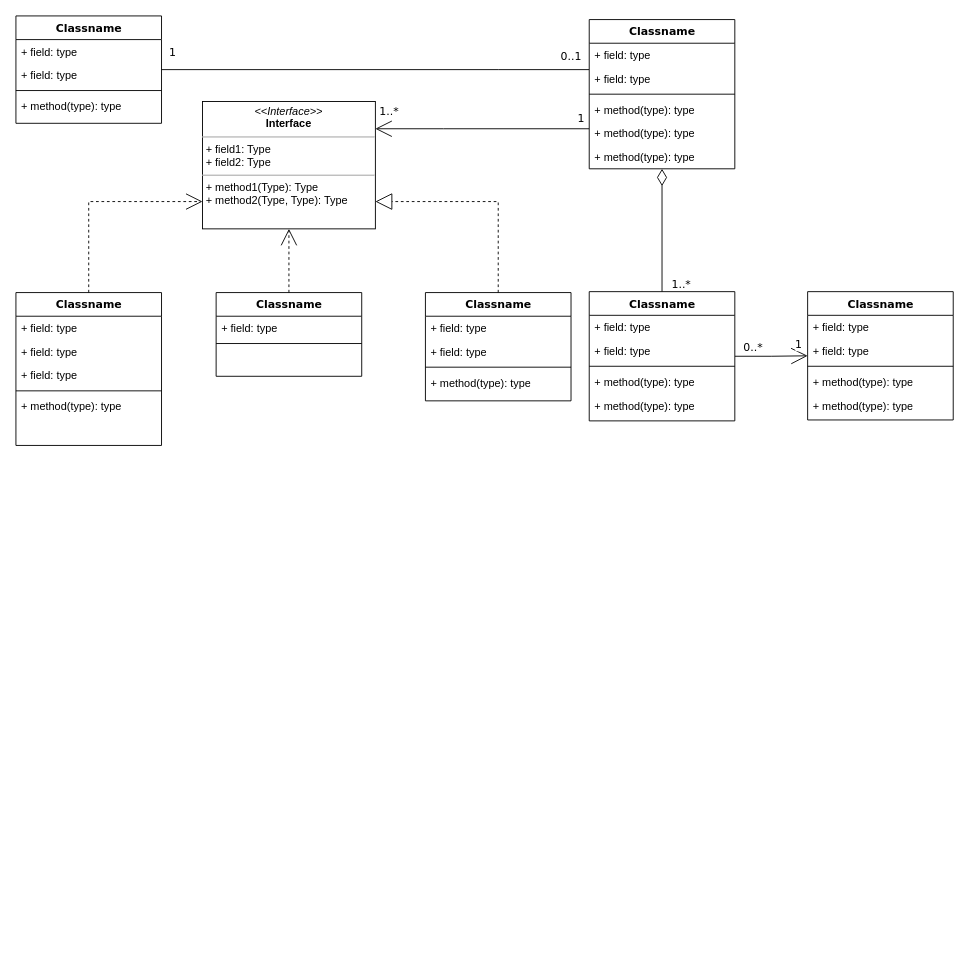
Before: freerdp.drawio in ddm1233/test, a draw.io diagram. Source tidied: cells renumbered, new cells numbered last; positions are measured from the earlier drawing's top-left corner, leaving out a move shared by most shapes. Both pictures are drawn from the tidied source at 91%, with x=0, y=0 at pixel (15, 15).
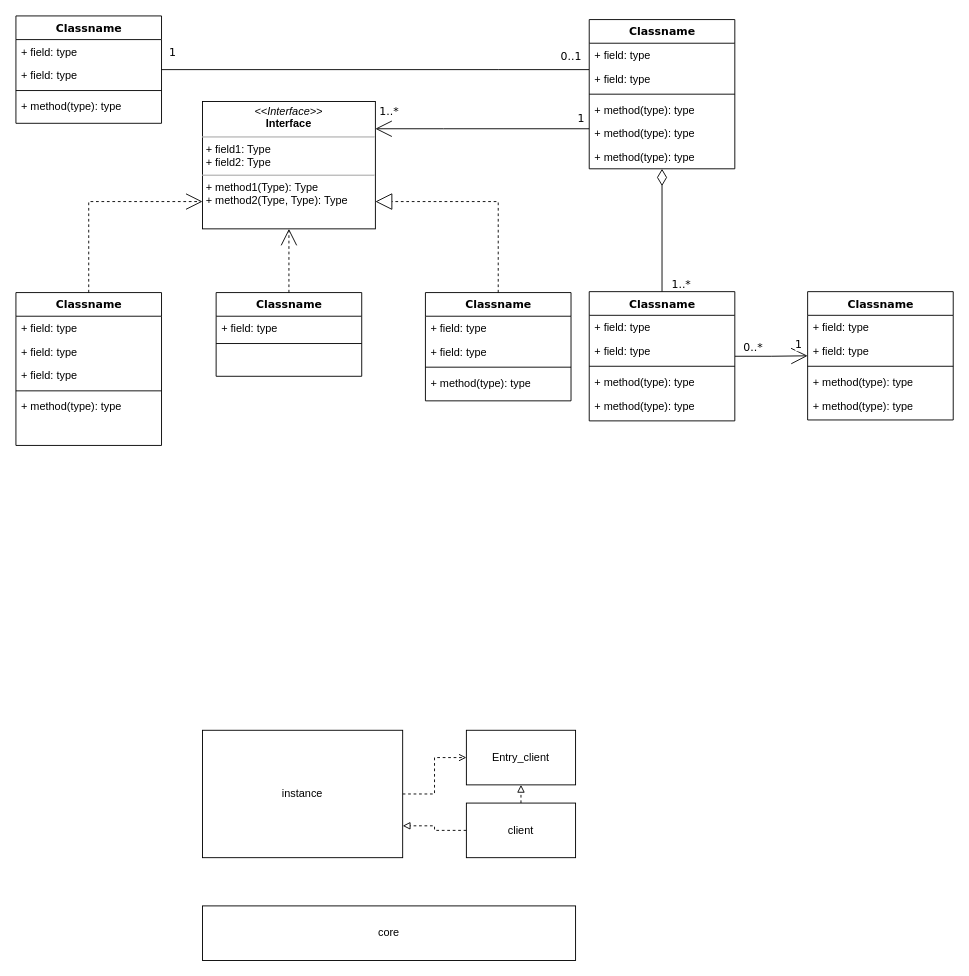
The same diagram, later.

The edit, as a diff of the source:
```diff
@@
+    <mxCell id="55" style="edgeStyle=orthogonalEdgeStyle;rounded=0;jettySize=auto;html=1;exitX=1;exitY=0.5;exitDx=0;exitDy=0;entryX=0;entryY=0.5;entryDx=0;entryDy=0;endArrow=open;endFill=0;dashed=1;" parent="1" edge="1" source="56" target="57">
+      <mxGeometry relative="1" as="geometry" />
+    </mxCell>
+    <mxCell id="56" value="instance" style="rounded=0;whiteSpace=wrap;html=1;" parent="1" vertex="1">
+      <mxGeometry x="205" y="785" width="220" height="140" as="geometry" />
+    </mxCell>
+    <mxCell id="57" value="Entry_client" style="rounded=0;whiteSpace=wrap;html=1;" parent="1" vertex="1">
+      <mxGeometry x="495" y="785" width="120" height="60" as="geometry" />
+    </mxCell>
+    <mxCell id="58" style="edgeStyle=orthogonalEdgeStyle;rounded=0;jettySize=auto;html=1;exitX=0.5;exitY=0;exitDx=0;exitDy=0;entryX=0.5;entryY=1;entryDx=0;entryDy=0;dashed=1;endArrow=block;endFill=0;" parent="1" edge="1" source="60" target="57">
+      <mxGeometry relative="1" as="geometry" />
+    </mxCell>
+    <mxCell id="59" style="edgeStyle=orthogonalEdgeStyle;rounded=0;jettySize=auto;html=1;exitX=0;exitY=0.5;exitDx=0;exitDy=0;entryX=1;entryY=0.75;entryDx=0;entryDy=0;dashed=1;endArrow=block;endFill=0;" parent="1" edge="1" source="60" target="56">
+      <mxGeometry relative="1" as="geometry" />
+    </mxCell>
+    <mxCell id="60" value="client" style="rounded=0;whiteSpace=wrap;html=1;" parent="1" vertex="1">
+      <mxGeometry x="495" y="865" width="120" height="60" as="geometry" />
+    </mxCell>
+    <mxCell id="61" value="core" style="rounded=0;whiteSpace=wrap;html=1;" parent="1" vertex="1">
+      <mxGeometry x="205" y="978" width="410" height="60" as="geometry" />
+    </mxCell>
```
